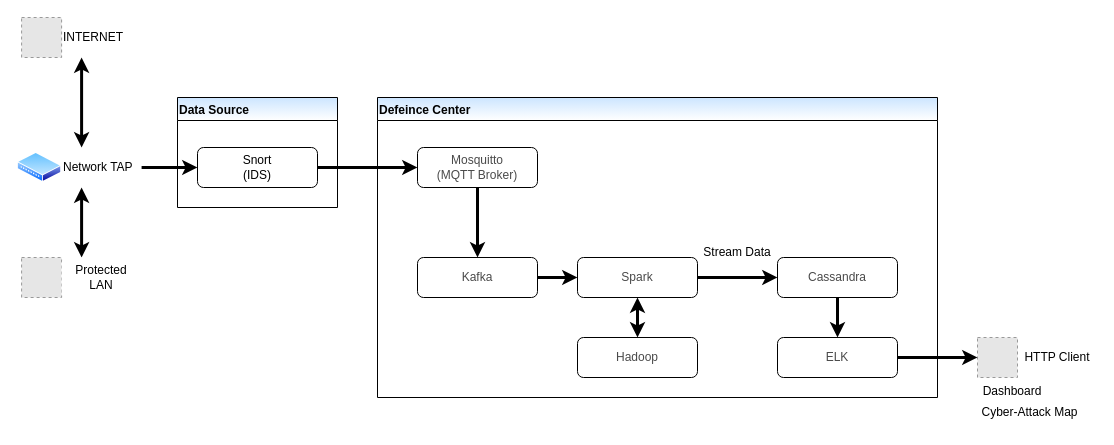
This is page "STABLE" (3 of 23) of Developer's Guide/MataElang Services.drawio from mata-elang-stable/DevelopersGuide, a draw.io file, before an edit. Source tidied: cells renumbered, new cells numbered last; positions are measured from the earlier drawing's top-left corner, leaving out a move shared by most shapes. Both pictures are drawn from the tidied source at 100%, with x=0, y=0 at pixel (17, 17). Pictures stored in the file or linked from it are replaced by grey dashed boxes.
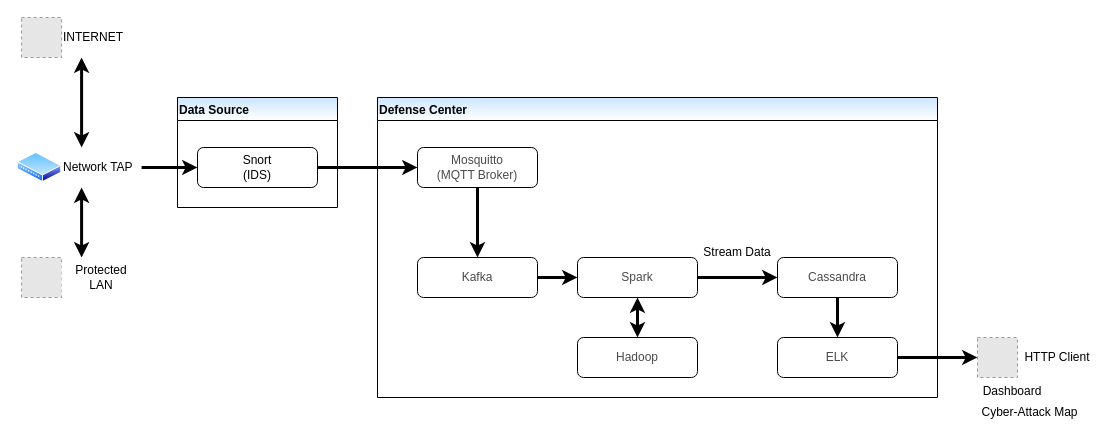
The same page after the edit.

The edit, as a diff of the source:
```diff
@@
-    <mxCell id="17" value="Defeince Center" style="swimlane;strokeColor=default;fillColor=#CCE5FF;align=left;gradientColor=#ffffff;swimlaneFillColor=none;" parent="1" vertex="1">
+    <mxCell id="17" value="Defense Center" style="swimlane;strokeColor=default;fillColor=#CCE5FF;align=left;gradientColor=#ffffff;swimlaneFillColor=none;" parent="1" vertex="1">
       <mxGeometry x="360" y="80" width="560" height="300" as="geometry" />
     </mxCell>
```
